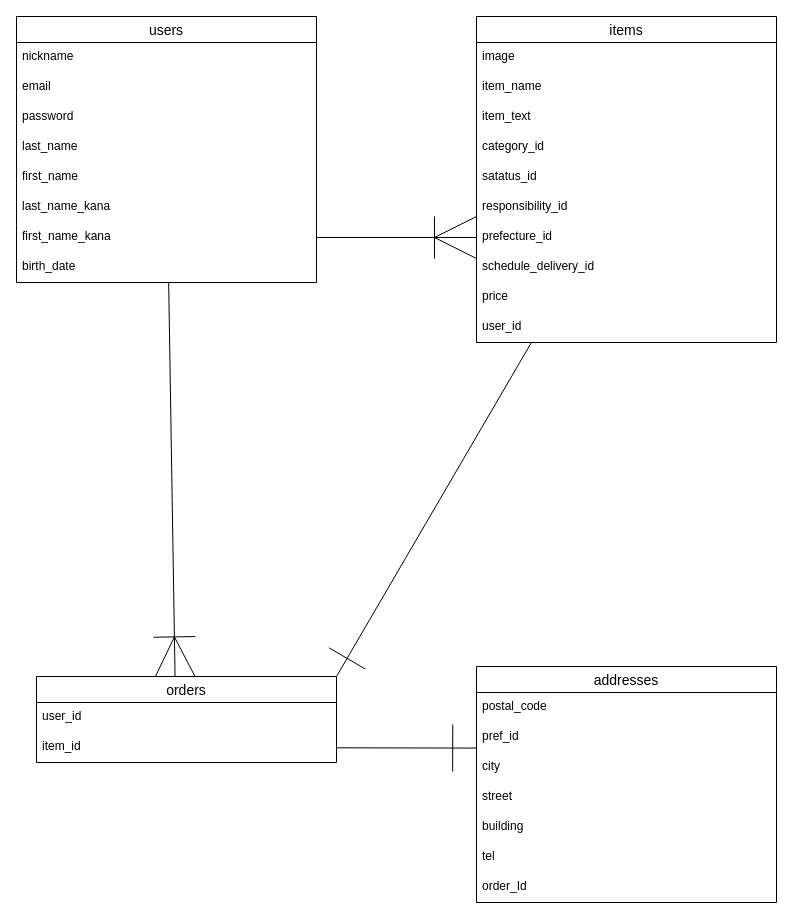
Earlier version of the draw.io diagram ER.dio (mayaaki/furima-39739). Source tidied: cells renumbered, new cells numbered last; positions are measured from the earlier drawing's top-left corner, leaving out a move shared by most shapes. Both pictures are drawn from the tidied source at 100%, with x=0, y=0 at pixel (16, 16).
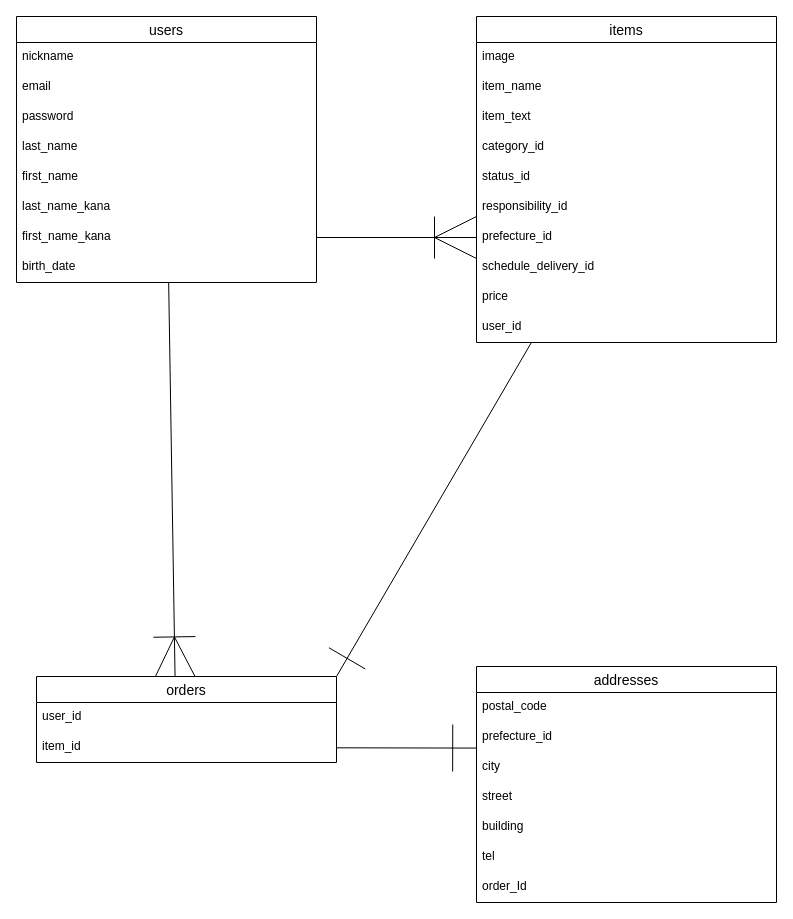
The same page after the edit.

Commit message (it also covers changes not shown here):
データベース設計　修正2

The change refers to these unchanged cells:
```xml
<mxCell id="13" value="items" style="swimlane;fontStyle=0;horizontal=1;startSize=26;align=center;fontSize=14;" parent="1" vertex="1">
  <mxGeometry x="460" width="300" height="326" as="geometry" />
</mxCell>
<mxCell id="27" value="addresses" style="swimlane;fontStyle=0;horizontal=1;startSize=26;align=center;fontSize=14;" parent="1" vertex="1">
  <mxGeometry x="460" y="650" width="300" height="236" as="geometry" />
</mxCell>
```

Diff of the diagram source:
```diff
@@
-    <mxCell id="18" value="satatus_id" style="text;strokeColor=none;fillColor=none;spacingLeft=4;spacingRight=4;overflow=hidden;fontSize=12;" parent="13" vertex="1">
+    <mxCell id="18" value="status_id" style="text;strokeColor=none;fillColor=none;spacingLeft=4;spacingRight=4;overflow=hidden;fontSize=12;" parent="13" vertex="1">
       <mxGeometry y="146" width="300" height="30" as="geometry" />
     </mxCell>
@@
-    <mxCell id="29" value="pref_id" style="text;strokeColor=none;fillColor=none;spacingLeft=4;spacingRight=4;overflow=hidden;fontSize=12;" parent="27" vertex="1">
+    <mxCell id="29" value="prefecture_id" style="text;strokeColor=none;fillColor=none;spacingLeft=4;spacingRight=4;overflow=hidden;fontSize=12;" parent="27" vertex="1">
       <mxGeometry y="56" width="300" height="30" as="geometry" />
     </mxCell>
```
